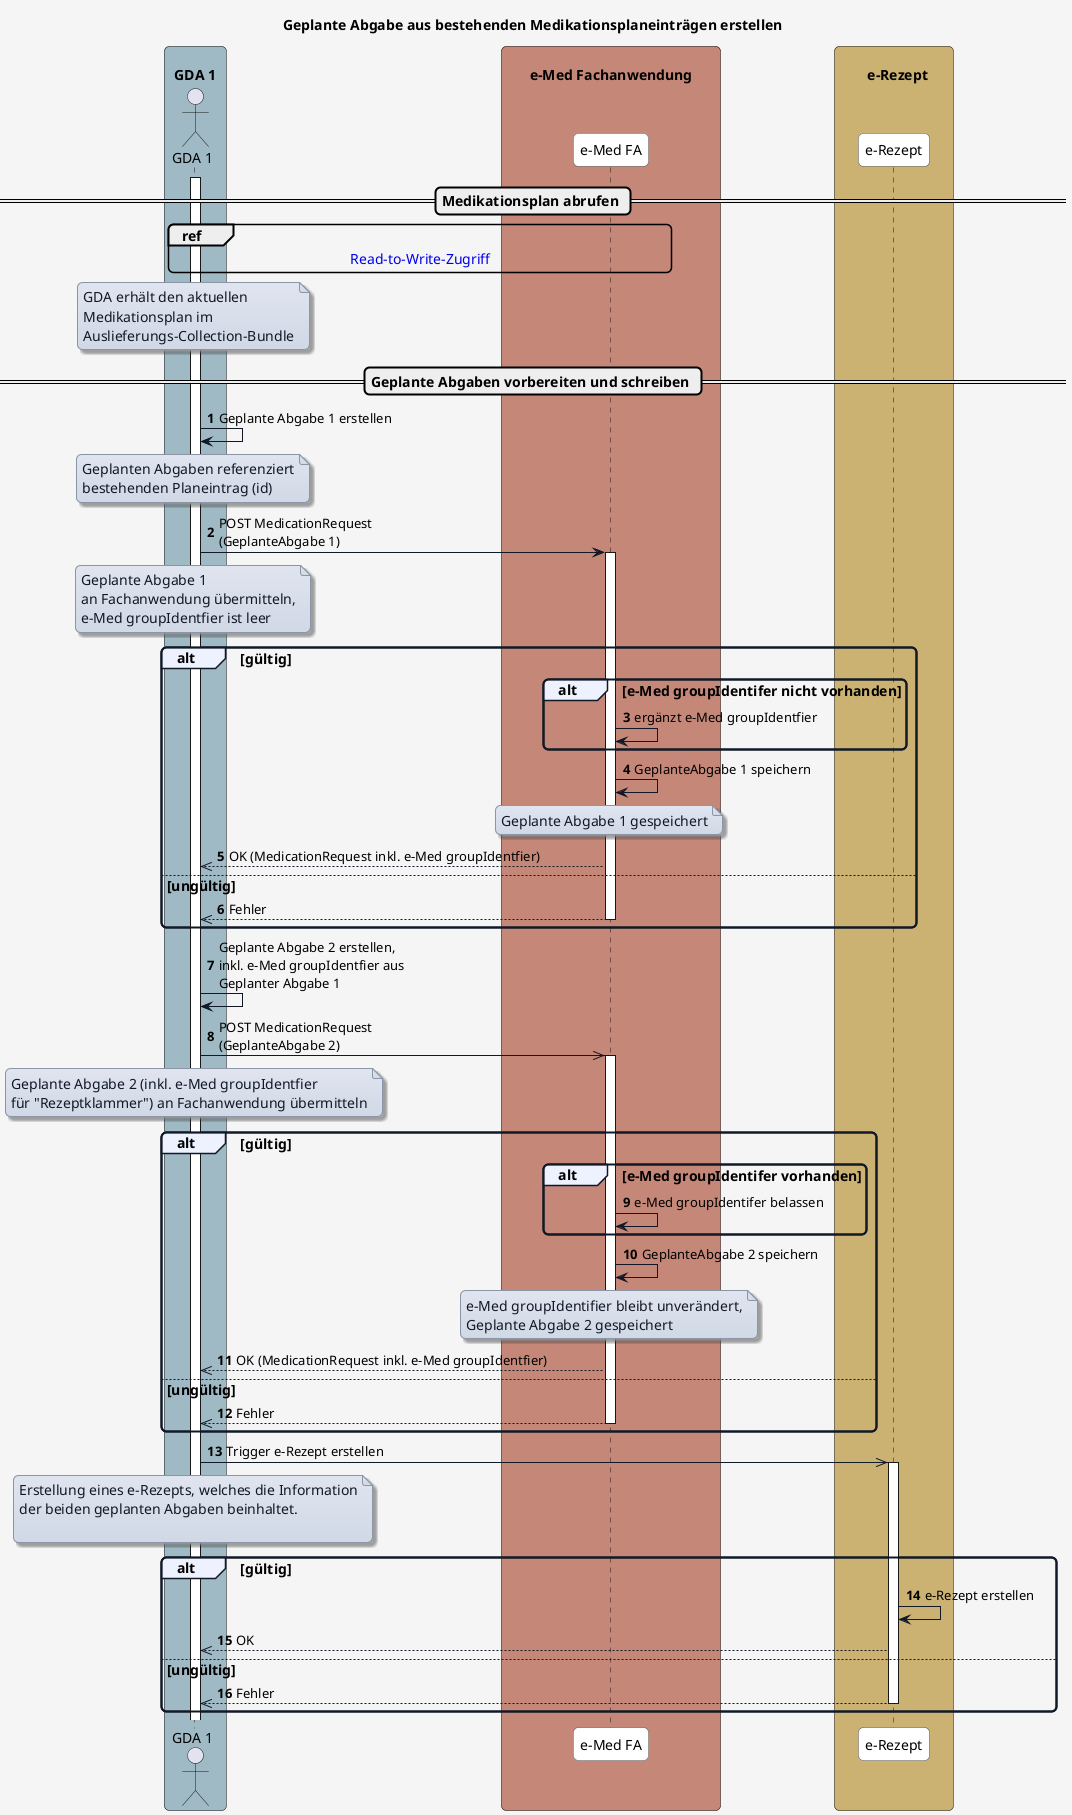
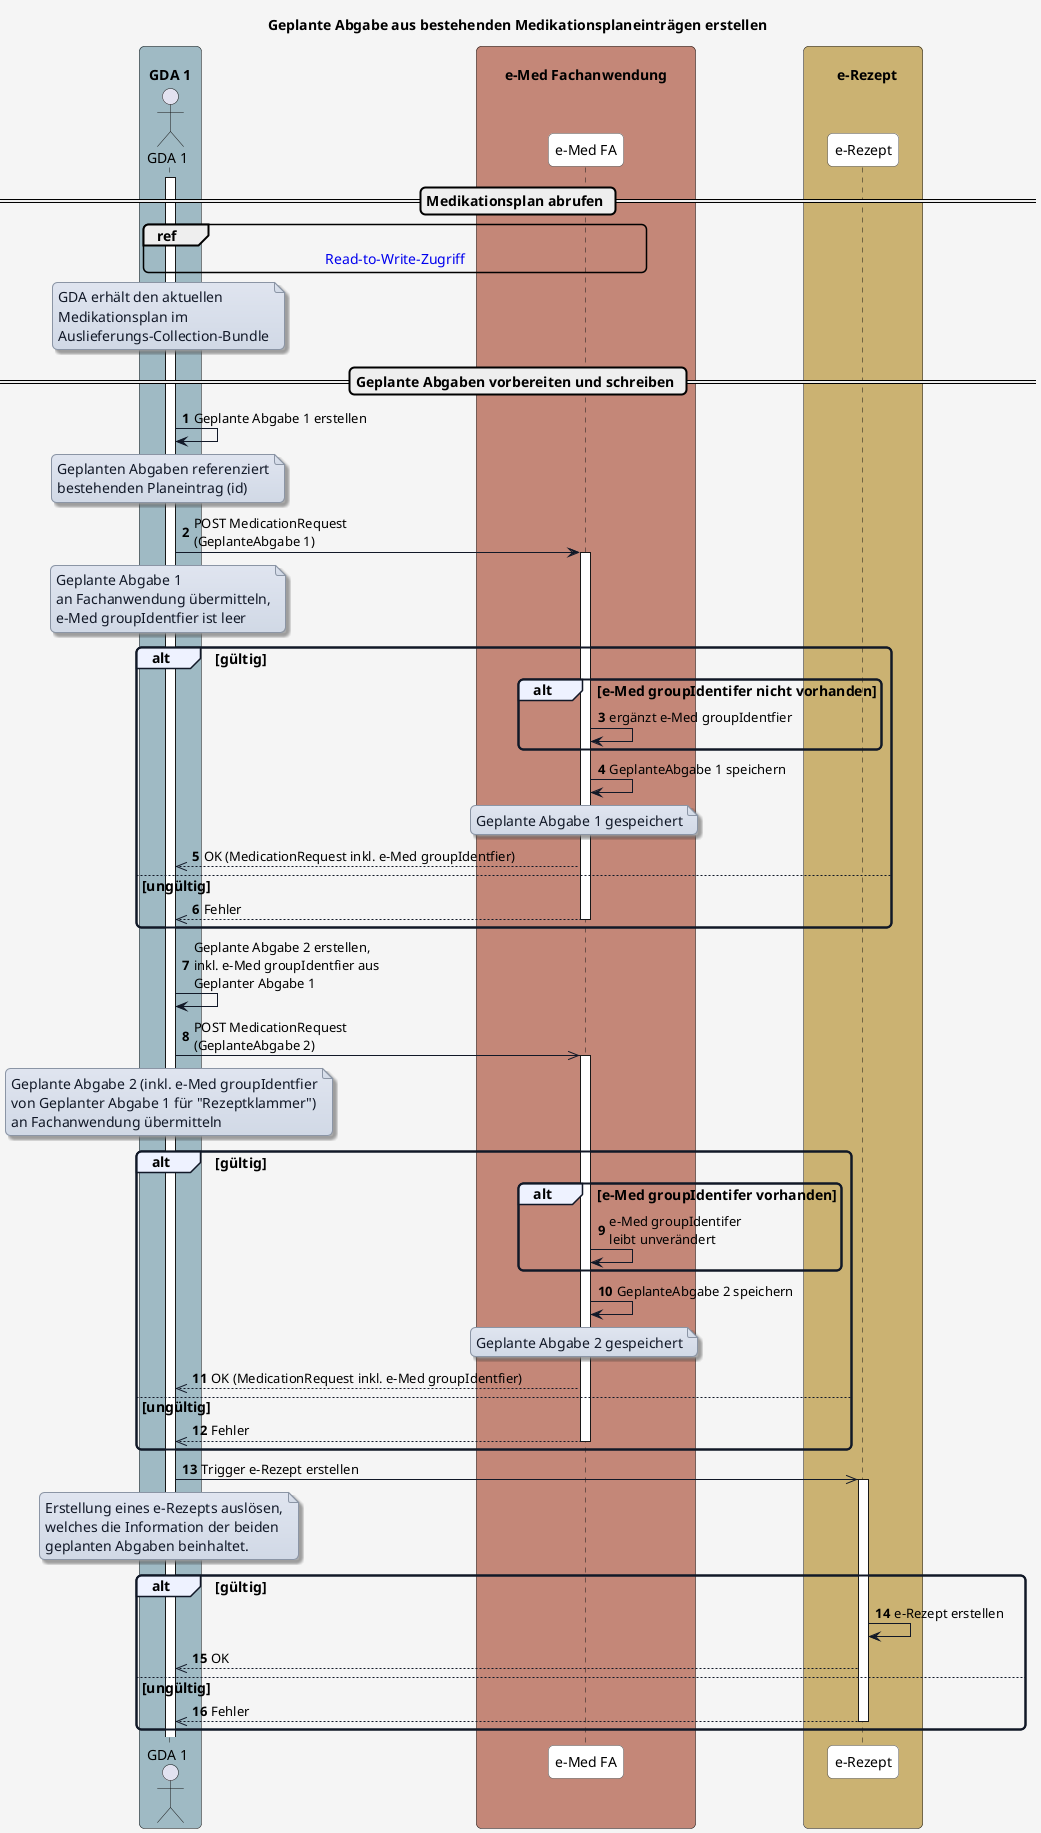
@startuml

title Geplante Abgabe aus bestehenden Medikationsplaneinträgen erstellen

skinparam borderColor #000000
skinparam backgroundColor #f5f5f5
skinparam shadowing false
skinparam roundCorner 10
skinparam defaultFontName "Arial"
skinparam defaultFontSize 14
skinparam defaultFontColor #000000

skinparam note {
  BackgroundColor #e0e5f0-#d1d9e6
  BorderColor #8b95a5
  BorderThickness 1
  RoundCorner 8
  Padding 6
  FontColor #111827
  Shadowing true
}

skinparam HyperlinkColor #0000EE
skinparam HyperlinkUnderline false

skinparam sequence {
  ParticipantBorderColor #555555
  ParticipantBackgroundColor #ffffff
  ParticipantFontColor #000000
  ParticipantFontSize 14
  ParticipantPadding 20
  ArrowColor #111827
  ArrowThickness 1
  ArrowFontColor #000000
  ArrowFontSize 13
  GroupBorderColor #111827
  GroupBackgroundColor #eef2ff
  GroupBorderThickness 2
}

skinparam BoxPadding 20
skinparam BoxBorderColor #555555

box "\n  GDA 1  " #9fbac4
  actor GDA_1 as "GDA 1"
end box

box "\n       e-Med Fachanwendung       " #C48778
  participant eMed_FA as "e-Med FA"
end box

box "\n    e-Rezept  " #cbb272
  participant e_Rezept as "e-Rezept"
end box

autonumber

== Medikationsplan abrufen ==

activate GDA_1

ref over GDA_1, eMed_FA : [[interactions.html#sequenzdiagramm-read-to-write-zugriff Read-to-Write-Zugriff]]

note over GDA_1
GDA erhält den aktuellen
Medikationsplan im
Auslieferungs-Collection-Bundle
end note

== Geplante Abgaben vorbereiten und schreiben ==

GDA_1 -> GDA_1: Geplante Abgabe 1 erstellen
note over GDA_1
Geplanten Abgaben referenziert
bestehenden Planeintrag (id)
end note

GDA_1 -> eMed_FA: POST MedicationRequest\n(GeplanteAbgabe 1)
activate eMed_FA

note over GDA_1
Geplante Abgabe 1
an Fachanwendung übermitteln,
e-Med groupIdentfier ist leer
end note

alt gültig
  alt e-Med groupIdentifer nicht vorhanden
    eMed_FA -> eMed_FA: ergänzt e-Med groupIdentfier
  end

  eMed_FA -> eMed_FA: GeplanteAbgabe 1 speichern

  note over eMed_FA
  Geplante Abgabe 1 gespeichert
  end note

  eMed_FA -->> GDA_1: OK (MedicationRequest inkl. e-Med groupIdentfier)
else ungültig
  eMed_FA -->> GDA_1: Fehler
  deactivate eMed_FA
end

GDA_1 -> GDA_1: Geplante Abgabe 2 erstellen,\ninkl. e-Med groupIdentfier aus\nGeplanter Abgabe 1

GDA_1 ->> eMed_FA: POST MedicationRequest\n(GeplanteAbgabe 2)
activate eMed_FA
note over GDA_1
Geplante Abgabe 2 (inkl. e-Med groupIdentfier
- für "Rezeptklammer") an Fachanwendung übermitteln
+ von Geplanter Abgabe 1 für "Rezeptklammer")
+ an Fachanwendung übermitteln
end note

alt gültig
  alt e-Med groupIdentifer vorhanden
-     eMed_FA -> eMed_FA: e-Med groupIdentifer belassen
+     eMed_FA -> eMed_FA: e-Med groupIdentifer\nleibt unverändert
  end
  eMed_FA -> eMed_FA: GeplanteAbgabe 2 speichern

  note over eMed_FA
-   e-Med groupIdentifier bleibt unverändert,
  Geplante Abgabe 2 gespeichert
  end note

  eMed_FA -->> GDA_1: OK (MedicationRequest inkl. e-Med groupIdentfier)
else ungültig
  eMed_FA -->> GDA_1: Fehler
  deactivate eMed_FA
end

GDA_1 ->> e_Rezept: Trigger e-Rezept erstellen
note over GDA_1
- Erstellung eines e-Rezepts, welches die Information
- der beiden geplanten Abgaben beinhaltet.
- 
+ Erstellung eines e-Rezepts auslösen,
+ welches die Information der beiden
+ geplanten Abgaben beinhaltet.
end note
activate e_Rezept

alt gültig
  e_Rezept -> e_Rezept: e-Rezept erstellen
  e_Rezept -->> GDA_1: OK

else ungültig
  e_Rezept -->> GDA_1: Fehler
  deactivate e_Rezept
end

@enduml